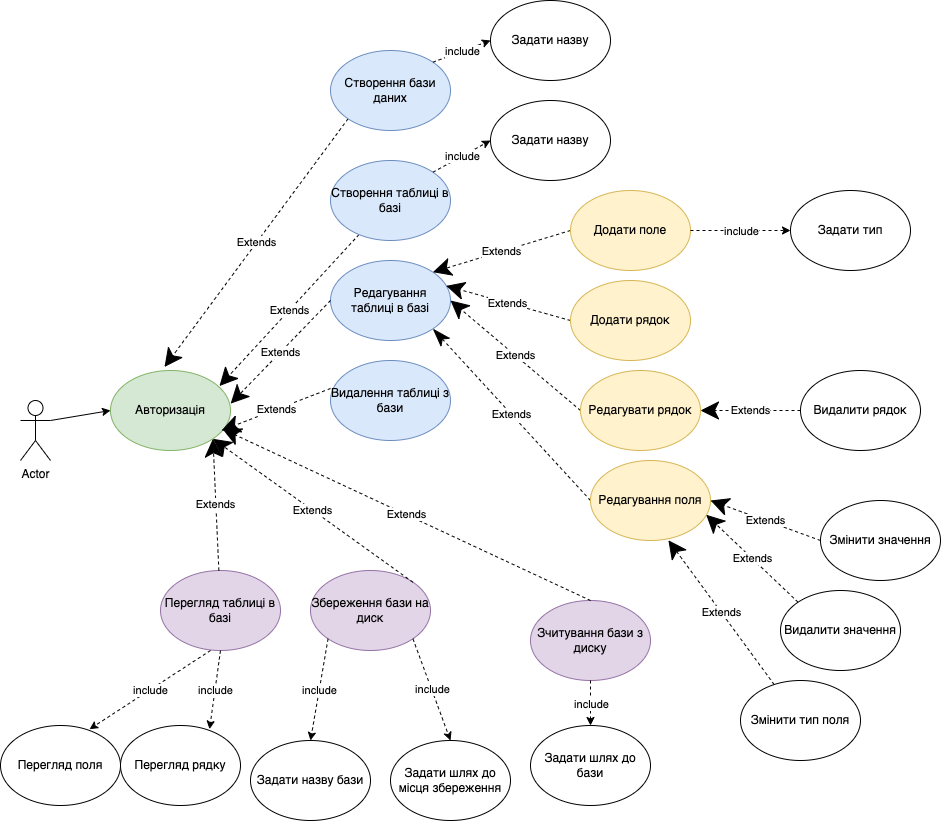
Before: UML.drawio.png, a diagram exported from draw.io (zayatsliza/IT). Source tidied: cells renumbered, new cells last; positions are measured from the earlier drawing's top-left corner, leaving out a move shared by most shapes.
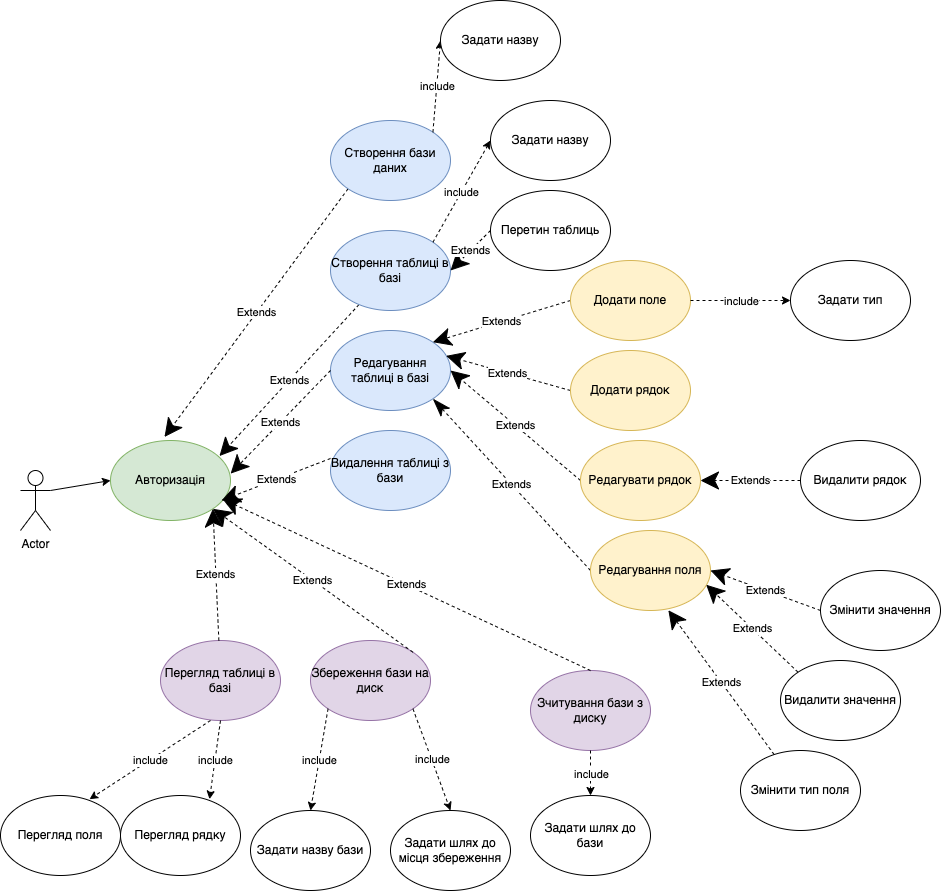
Above is the later version.

Change to the diagram source:
```diff
@@ -81,7 +81,7 @@
       <mxGeometry relative="1" as="geometry" />
     </mxCell>
     <mxCell id="28" value="Задати назву" style="ellipse;whiteSpace=wrap;html=1;" parent="1" vertex="1">
-      <mxGeometry x="490" width="120" height="80" as="geometry" />
+      <mxGeometry x="440" y="-70" width="120" height="80" as="geometry" />
     </mxCell>
     <mxCell id="29" style="endArrow=classic;html=1;rounded=0;entryX=0;entryY=0.5;entryDx=0;entryDy=0;exitX=1;exitY=0;exitDx=0;exitDy=0;dashed=1;" parent="1" edge="1" source="8" target="31">
       <mxGeometry relative="1" as="geometry" />
@@ -90,7 +90,7 @@
       <mxGeometry relative="1" as="geometry" />
     </mxCell>
     <mxCell id="31" value="Задати назву" style="ellipse;whiteSpace=wrap;html=1;" parent="1" vertex="1">
-      <mxGeometry x="490" y="100" width="120" height="80" as="geometry" />
+      <mxGeometry x="490" y="30" width="120" height="80" as="geometry" />
     </mxCell>
     <mxCell id="32" style="endArrow=classic;html=1;rounded=0;entryX=0.742;entryY=0.046;entryDx=0;entryDy=0;entryPerimeter=0;dashed=1;" parent="1" edge="1" target="34">
       <mxGeometry relative="1" as="geometry">
@@ -175,5 +175,11 @@
     <mxCell id="58" value="include" style="edgeLabel;html=1;align=center;verticalAlign=middle;" parent="57" vertex="1">
       <mxGeometry relative="1" as="geometry" />
     </mxCell>
+    <mxCell id="59" value="Extends" style="endArrow=classic;endSize=16;endFill=1;html=1;rounded=0;entryX=1;entryY=0.5;entryDx=0;entryDy=0;dashed=1;exitX=0;exitY=0.5;exitDx=0;exitDy=0;" parent="1" edge="1" source="60" target="8">
+      <mxGeometry relative="1" as="geometry" />
+    </mxCell>
+    <mxCell id="60" value="Перетин таблиць" style="ellipse;whiteSpace=wrap;html=1;" parent="1" vertex="1">
+      <mxGeometry x="490" y="120" width="120" height="80" as="geometry" />
+    </mxCell>
   </root>
 </mxGraphModel>
```
